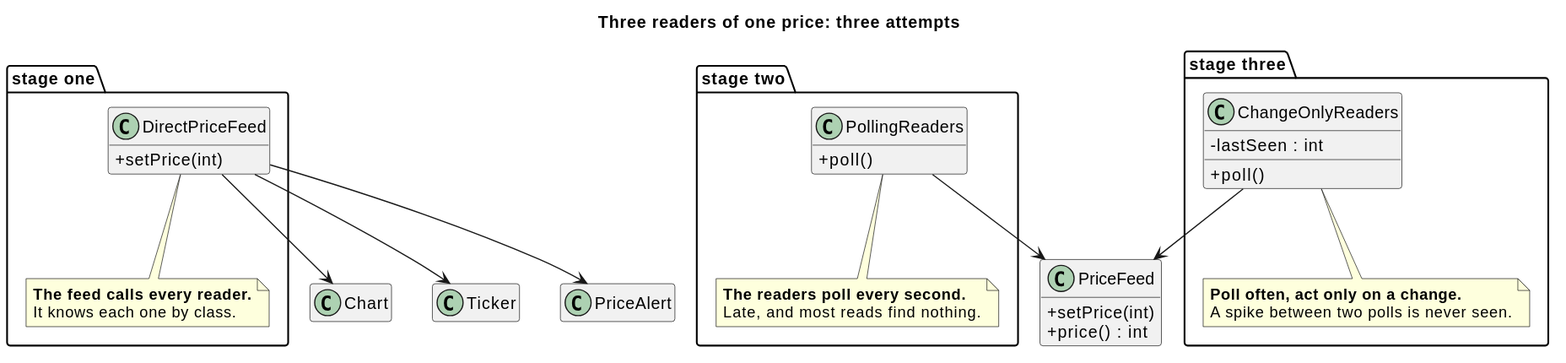
This is src/main/java/dev/kaldiroglu/dp/behavioral/observer/price/uml/Observer - Price (Problem) - Class Diagram.svg from kaldiroglu/DesignPatternsWithJava, a PlantUML export, as it was before one commit.
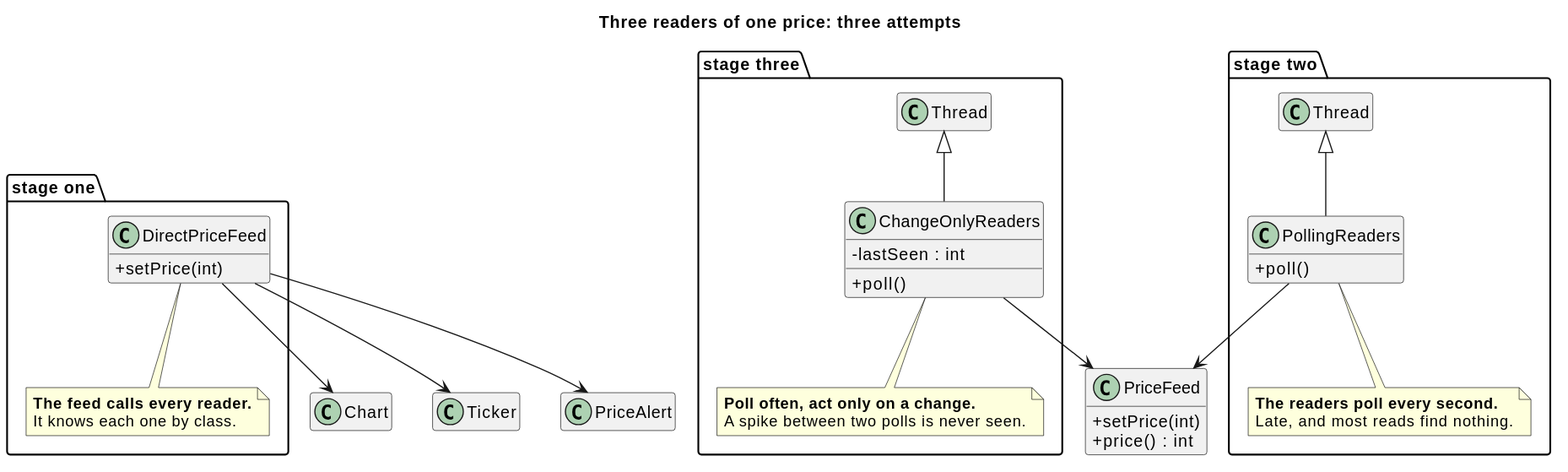
The same file after the commit.

Commit message:
Observer price: the readers of stages two and three are threads

Diff of the diagram source:
```diff
@@ -12,7 +12,7 @@
   end note
 }
 package "stage two" {
-  class PollingReaders {
+  class PollingReaders extends Thread {
     + poll()
   }
   note bottom of PollingReaders
@@ -21,7 +21,7 @@
   end note
 }
 package "stage three" {
-  class ChangeOnlyReaders {
+  class ChangeOnlyReaders extends Thread {
     - lastSeen : int
     + poll()
   }
```
